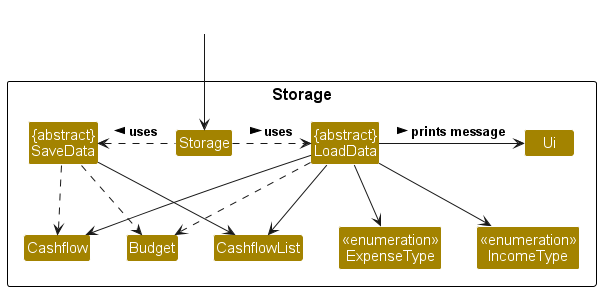
This is docs/images/Storage.png from nus-cs2113-AY2324S1/tp, a PlantUML export, as it was before one commit.
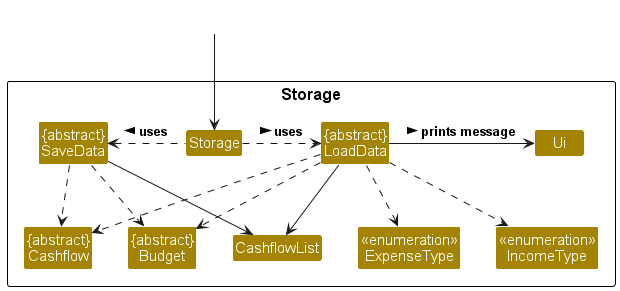
Above is the later version.

What changed in the source:
```diff
@@ -7,8 +7,8 @@
 Class "{abstract}\nLoadData" as LoadData
 Class "{abstract}\nSaveData" as SaveData
 Class CashflowList
-Class Budget
-Class Cashflow
+Class "{abstract}\nBudget" as Budget
+Class "{abstract}\nCashflow" as Cashflow
 Class "<<enumeration>>\nExpenseType" as ExpenseType
 Class "<<enumeration>>\nIncomeType" as IncomeType
 Class Ui
@@ -25,9 +25,10 @@
 
 LoadData --> CashflowList
 LoadData ..> Budget
-LoadData --> ExpenseType
-LoadData --> IncomeType
-LoadData --> Cashflow
+LoadData ..> ExpenseType
+LoadData ..> IncomeType
+LoadData ..> Cashflow
 LoadData -right-> Ui: prints message >
 
+
 @enduml
```
